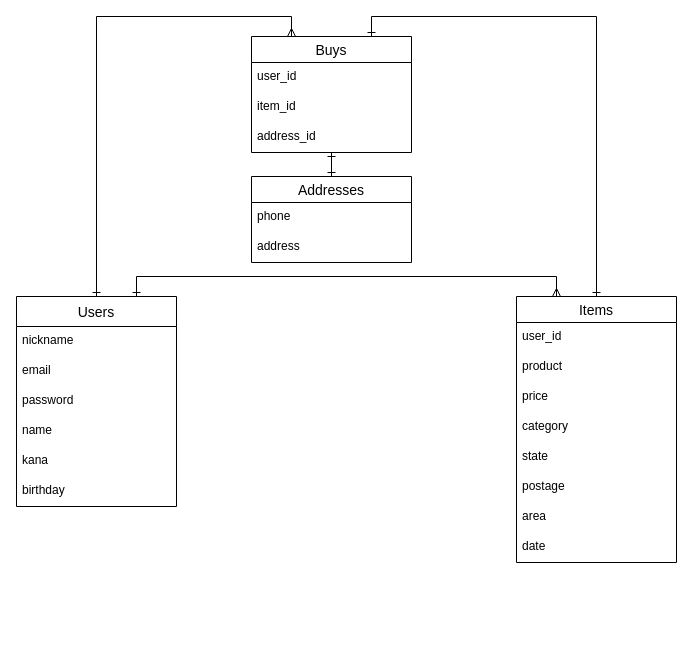
This is furima.dio from shotakawasaki0806/furima-33505, a draw.io file, before an edit. Source tidied: cells renumbered, new cells numbered last; positions are measured from the earlier drawing's top-left corner, leaving out a move shared by most shapes. Both pictures are drawn from the tidied source at 100%, with x=0, y=0 at pixel (16, 36).
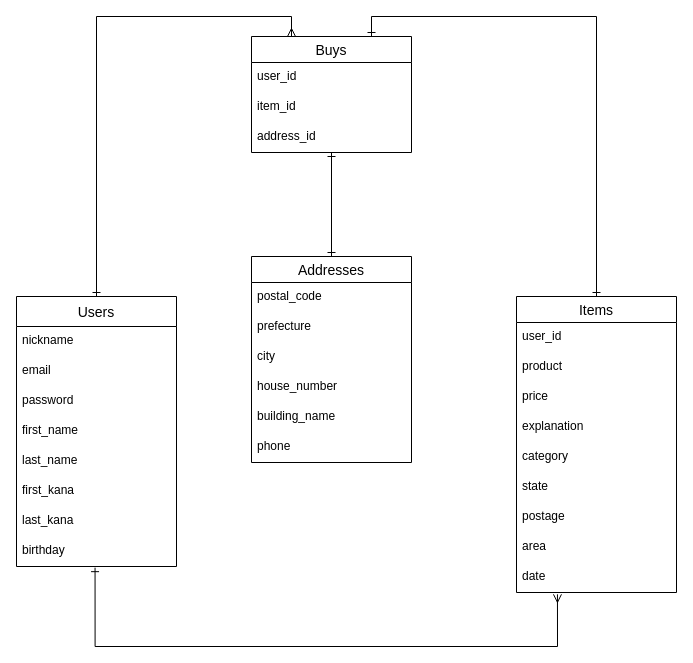
The same page after the edit.

Commit message (it also covers changes not shown here):
データベース設計（２回目）

What changed in the source:
```diff
@@
-    <mxCell id="3" style="edgeStyle=orthogonalEdgeStyle;rounded=0;jettySize=auto;html=1;exitX=0.75;exitY=0;exitDx=0;exitDy=0;entryX=0.25;entryY=0;entryDx=0;entryDy=0;startArrow=ERone;startFill=0;endArrow=ERmany;endFill=0;" parent="1" edge="1" source="4" target="12">
-      <mxGeometry relative="1" as="geometry" />
+    <mxCell id="3" style="edgeStyle=orthogonalEdgeStyle;rounded=0;jettySize=auto;html=1;exitX=0.491;exitY=1.039;exitDx=0;exitDy=0;entryX=0.256;entryY=1.061;entryDx=0;entryDy=0;startArrow=ERone;startFill=0;endArrow=ERmany;endFill=0;exitPerimeter=0;entryPerimeter=0;" parent="1" edge="1" source="10" target="20">
+      <mxGeometry relative="1" as="geometry">
+        <Array as="points">
+          <mxPoint x="79" y="610" />
+          <mxPoint x="541" y="610" />
+        </Array>
+      </mxGeometry>
     </mxCell>
     <mxCell id="4" value="Users" style="swimlane;fontStyle=0;horizontal=1;startSize=30;align=center;fontSize=14;" parent="1" vertex="1">
-      <mxGeometry y="260" width="160" height="210" as="geometry" />
+      <mxGeometry y="260" width="160" height="270" as="geometry" />
     </mxCell>
@@
-    <mxCell id="8" value="name" style="text;strokeColor=none;fillColor=none;spacingLeft=4;spacingRight=4;overflow=hidden;fontSize=12;" parent="4" vertex="1">
+    <mxCell id="8" value="first_name" style="text;strokeColor=none;fillColor=none;spacingLeft=4;spacingRight=4;overflow=hidden;fontSize=12;" parent="4" vertex="1">
       <mxGeometry y="120" width="160" height="30" as="geometry" />
     </mxCell>
+    <mxCell id="29" value="last_name" style="text;strokeColor=none;fillColor=none;spacingLeft=4;spacingRight=4;overflow=hidden;fontSize=12;" parent="4" vertex="1">
+      <mxGeometry y="150" width="160" height="30" as="geometry" />
+    </mxCell>
-    <mxCell id="9" value="kana" style="text;strokeColor=none;fillColor=none;spacingLeft=4;spacingRight=4;overflow=hidden;fontSize=12;" parent="4" vertex="1">
-      <mxGeometry y="150" width="160" height="30" as="geometry" />
+    <mxCell id="9" value="first_kana" style="text;strokeColor=none;fillColor=none;spacingLeft=4;spacingRight=4;overflow=hidden;fontSize=12;" parent="4" vertex="1">
+      <mxGeometry y="180" width="160" height="30" as="geometry" />
     </mxCell>
+    <mxCell id="30" value="last_kana" style="text;strokeColor=none;fillColor=none;spacingLeft=4;spacingRight=4;overflow=hidden;fontSize=12;" parent="4" vertex="1">
+      <mxGeometry y="210" width="160" height="30" as="geometry" />
+    </mxCell>
     <mxCell id="10" value="birthday" style="text;strokeColor=none;fillColor=none;spacingLeft=4;spacingRight=4;overflow=hidden;points=[[0,0.5],[1,0.5]];portConstraint=eastwest;fontSize=12;" parent="4" vertex="1">
-      <mxGeometry y="180" width="160" height="30" as="geometry" />
+      <mxGeometry y="240" width="160" height="30" as="geometry" />
     </mxCell>
@@
     <mxCell id="12" value="Items" style="swimlane;fontStyle=0;horizontal=1;startSize=26;align=center;fontSize=14;" parent="1" vertex="1">
-      <mxGeometry x="500" y="260" width="160" height="266" as="geometry" />
+      <mxGeometry x="500" y="260" width="160" height="296" as="geometry" />
     </mxCell>
@@
+    <mxCell id="31" value="explanation" style="text;strokeColor=none;fillColor=none;spacingLeft=4;spacingRight=4;overflow=hidden;fontSize=12;" parent="12" vertex="1">
+      <mxGeometry y="116" width="160" height="30" as="geometry" />
+    </mxCell>
     <mxCell id="16" value="category" style="text;strokeColor=none;fillColor=none;spacingLeft=4;spacingRight=4;overflow=hidden;fontSize=12;" parent="12" vertex="1">
-      <mxGeometry y="116" width="160" height="30" as="geometry" />
+      <mxGeometry y="146" width="160" height="30" as="geometry" />
     </mxCell>
     <mxCell id="17" value="state" style="text;strokeColor=none;fillColor=none;spacingLeft=4;spacingRight=4;overflow=hidden;fontSize=12;" parent="12" vertex="1">
-      <mxGeometry y="146" width="160" height="30" as="geometry" />
+      <mxGeometry y="176" width="160" height="30" as="geometry" />
     </mxCell>
     <mxCell id="18" value="postage" style="text;strokeColor=none;fillColor=none;spacingLeft=4;spacingRight=4;overflow=hidden;fontSize=12;" parent="12" vertex="1">
-      <mxGeometry y="176" width="160" height="30" as="geometry" />
+      <mxGeometry y="206" width="160" height="30" as="geometry" />
     </mxCell>
     <mxCell id="19" value="area" style="text;strokeColor=none;fillColor=none;spacingLeft=4;spacingRight=4;overflow=hidden;fontSize=12;" parent="12" vertex="1">
-      <mxGeometry y="206" width="160" height="30" as="geometry" />
+      <mxGeometry y="236" width="160" height="30" as="geometry" />
     </mxCell>
     <mxCell id="20" value="date" style="text;strokeColor=none;fillColor=none;spacingLeft=4;spacingRight=4;overflow=hidden;points=[[0,0.5],[1,0.5]];portConstraint=eastwest;fontSize=12;" parent="12" vertex="1">
-      <mxGeometry y="236" width="160" height="30" as="geometry" />
+      <mxGeometry y="266" width="160" height="30" as="geometry" />
     </mxCell>
@@
     <mxCell id="26" value="Addresses" style="swimlane;fontStyle=0;horizontal=1;startSize=26;align=center;fontSize=14;" parent="1" vertex="1">
-      <mxGeometry x="235" y="140" width="160" height="86" as="geometry" />
+      <mxGeometry x="235" y="220" width="160" height="206" as="geometry" />
     </mxCell>
+    <mxCell id="32" value="postal_code" style="text;strokeColor=none;fillColor=none;spacingLeft=4;spacingRight=4;overflow=hidden;fontSize=12;" parent="26" vertex="1">
+      <mxGeometry y="26" width="160" height="30" as="geometry" />
+    </mxCell>
+    <mxCell id="33" value="prefecture" style="text;strokeColor=none;fillColor=none;spacingLeft=4;spacingRight=4;overflow=hidden;fontSize=12;" parent="26" vertex="1">
+      <mxGeometry y="56" width="160" height="30" as="geometry" />
+    </mxCell>
+    <mxCell id="34" value="city" style="text;strokeColor=none;fillColor=none;spacingLeft=4;spacingRight=4;overflow=hidden;fontSize=12;" parent="26" vertex="1">
+      <mxGeometry y="86" width="160" height="30" as="geometry" />
+    </mxCell>
+    <mxCell id="35" value="house_number" style="text;strokeColor=none;fillColor=none;spacingLeft=4;spacingRight=4;overflow=hidden;fontSize=12;" parent="26" vertex="1">
+      <mxGeometry y="116" width="160" height="30" as="geometry" />
+    </mxCell>
+    <mxCell id="36" value="building_name" style="text;strokeColor=none;fillColor=none;spacingLeft=4;spacingRight=4;overflow=hidden;fontSize=12;" parent="26" vertex="1">
+      <mxGeometry y="146" width="160" height="30" as="geometry" />
+    </mxCell>
     <mxCell id="27" value="phone" style="text;strokeColor=none;fillColor=none;spacingLeft=4;spacingRight=4;overflow=hidden;fontSize=12;" parent="26" vertex="1">
-      <mxGeometry y="26" width="160" height="30" as="geometry" />
+      <mxGeometry y="176" width="160" height="30" as="geometry" />
     </mxCell>
-    <mxCell id="28" value="address" style="text;strokeColor=none;fillColor=none;spacingLeft=4;spacingRight=4;overflow=hidden;fontSize=12;" parent="26" vertex="1">
-      <mxGeometry y="56" width="160" height="30" as="geometry" />
-    </mxCell>
```
